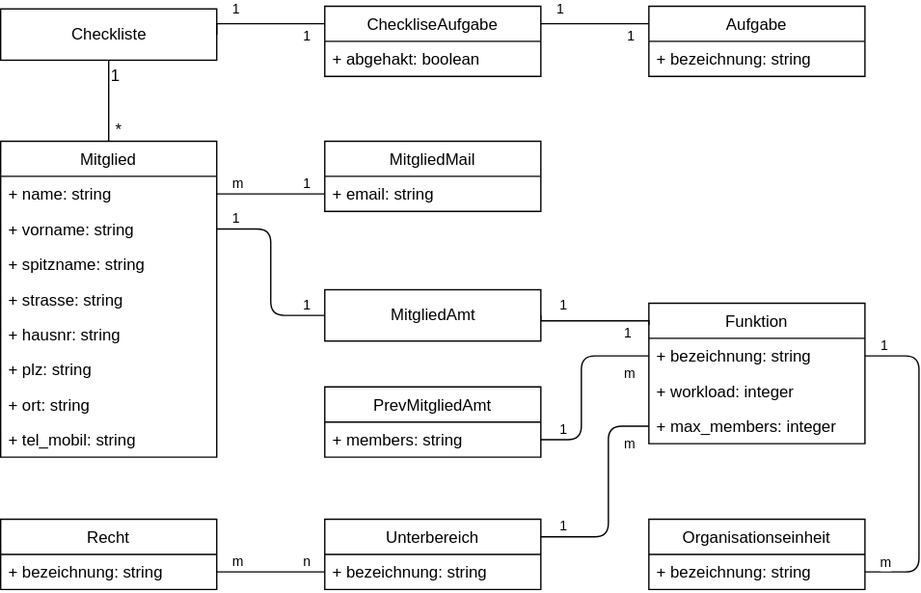
mribrgr/StuRa-Mitgliederdatenbank keeps this draw.io diagram as docs/anforderung/files/svg/diagramm_domain.svg. Above is the earlier version. Source tidied: cells renumbered, new cells last; positions are measured from the earlier drawing's top-left corner, leaving out a move shared by most shapes.
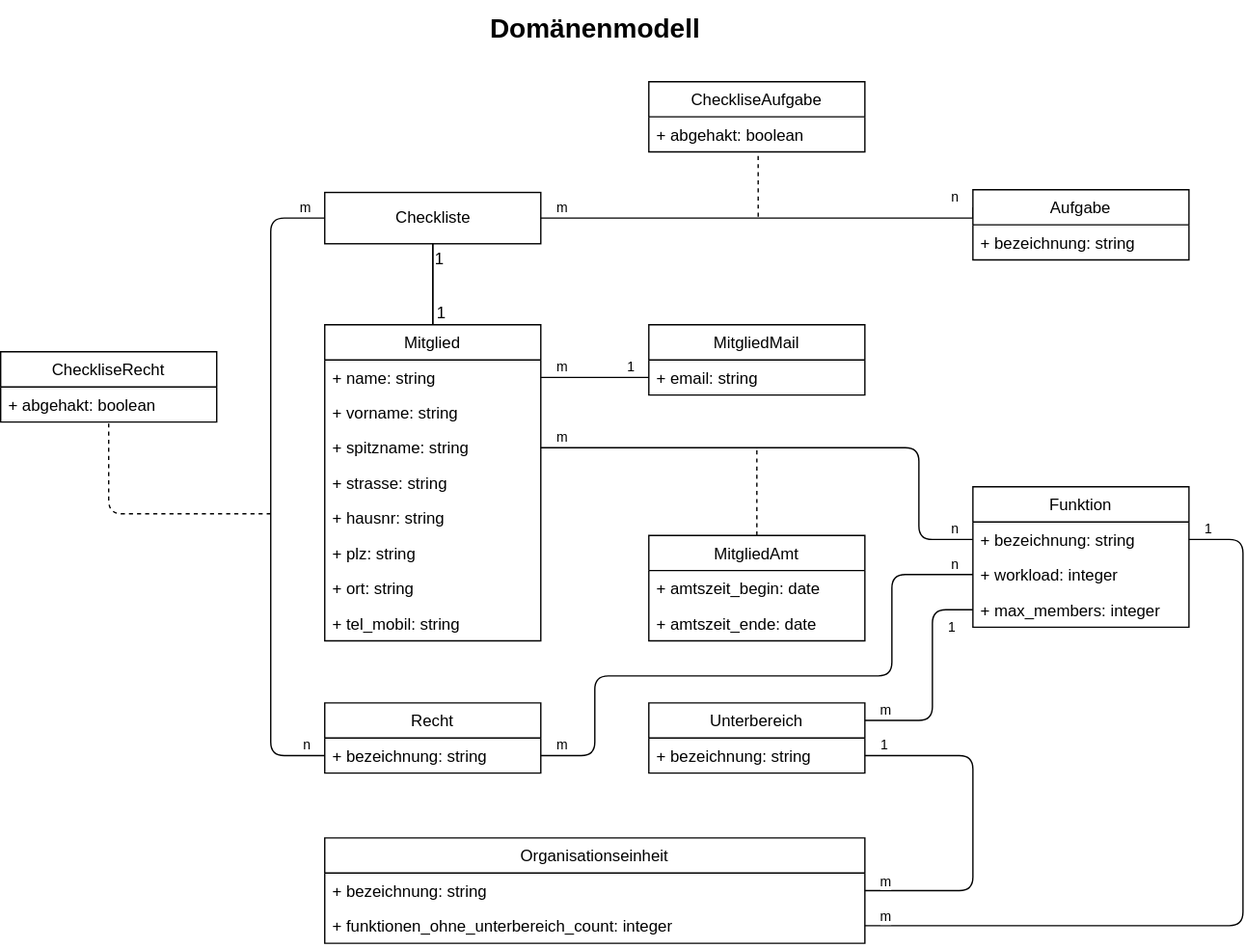
Above is the later version.

What changed in the source:
```diff
@@ -15,3 +15,3 @@
     </mxCell>
-    <mxCell id="5" value="*" style="html=1;align=right;verticalAlign=bottom;" parent="3" vertex="1">
+    <mxCell id="5" value="1" style="html=1;align=right;verticalAlign=bottom;" parent="3" vertex="1">
       <mxGeometry x="1" relative="1" as="geometry">
@@ -20,15 +20,3 @@
     </mxCell>
-    <mxCell id="6" value="CheckliseAufgabe" style="swimlane;fontStyle=0;horizontal=1;startSize=26;fillColor=none;" parent="1" vertex="1">
-      <mxGeometry x="240" width="160" height="52" as="geometry" />
-    </mxCell>
-    <mxCell id="7" value="+ abgehakt: boolean" style="text;strokeColor=none;fillColor=none;align=left;verticalAlign=top;spacingLeft=4;spacingRight=4;overflow=hidden;points=[[0,0.5],[1,0.5]];portConstraint=eastwest;" parent="6" vertex="1">
-      <mxGeometry y="26" width="160" height="26" as="geometry" />
-    </mxCell>
-    <mxCell id="8" value="Aufgabe" style="swimlane;fontStyle=0;horizontal=1;startSize=26;fillColor=none;" parent="1" vertex="1">
-      <mxGeometry x="480" width="160" height="52" as="geometry" />
-    </mxCell>
-    <mxCell id="9" value="+ bezeichnung: string" style="text;strokeColor=none;fillColor=none;align=left;verticalAlign=top;spacingLeft=4;spacingRight=4;overflow=hidden;" parent="8" vertex="1">
-      <mxGeometry y="26" width="160" height="26" as="geometry" />
-    </mxCell>
-    <mxCell id="10" style="endArrow=none;html=1;edgeStyle=orthogonalEdgeStyle;strokeColor=#000000;exitX=1;exitY=0.5;exitDx=0;exitDy=0;entryX=1;entryY=0.5;entryDx=0;entryDy=0;" parent="1" edge="1" source="50" target="54">
+    <mxCell id="10" style="endArrow=none;html=1;edgeStyle=orthogonalEdgeStyle;strokeColor=#000000;exitX=1;exitY=0.5;exitDx=0;exitDy=0;entryX=1;entryY=0.5;entryDx=0;entryDy=0;" parent="1" edge="1" source="50" target="77">
       <mxGeometry relative="1" as="geometry">
@@ -36,3 +24,3 @@
           <mxPoint x="680" y="259" />
-          <mxPoint x="680" y="419" />
+          <mxPoint x="680" y="545" />
         </Array>
@@ -58,3 +46,3 @@
     </mxCell>
-    <mxCell id="14" value="m" style="html=1;align=left;verticalAlign=bottom;labelBackgroundColor=#ffffff;fontSize=10;" parent="13" vertex="1">
+    <mxCell id="14" value="1" style="html=1;align=left;verticalAlign=bottom;labelBackgroundColor=#ffffff;fontSize=10;" parent="13" vertex="1">
       <mxGeometry x="-1" relative="1" as="geometry">
@@ -63,3 +51,3 @@
     </mxCell>
-    <mxCell id="15" value="1" style="html=1;align=right;verticalAlign=bottom;labelBackgroundColor=#ffffff;fontSize=10;" parent="13" vertex="1">
+    <mxCell id="15" value="m" style="html=1;align=right;verticalAlign=bottom;labelBackgroundColor=#ffffff;fontSize=10;" parent="13" vertex="1">
       <mxGeometry x="1" relative="1" as="geometry">
@@ -68,4 +56,11 @@
     </mxCell>
-    <mxCell id="16" style="endArrow=none;html=1;edgeStyle=orthogonalEdgeStyle;strokeColor=#000000;exitX=1;exitY=0.5;exitDx=0;exitDy=0;entryX=0;entryY=0.5;entryDx=0;entryDy=0;" parent="1" edge="1" source="46" target="48">
-      <mxGeometry relative="1" as="geometry" />
+    <mxCell id="16" style="endArrow=none;html=1;edgeStyle=orthogonalEdgeStyle;strokeColor=#000000;exitX=1;exitY=0.5;exitDx=0;exitDy=0;entryX=0;entryY=0.5;entryDx=0;entryDy=0;" parent="1" edge="1" source="46" target="51">
+      <mxGeometry relative="1" as="geometry">
+        <Array as="points">
+          <mxPoint x="200" y="419" />
+          <mxPoint x="200" y="360" />
+          <mxPoint x="420" y="360" />
+          <mxPoint x="420" y="285" />
+        </Array>
+      </mxGeometry>
     </mxCell>
@@ -81,37 +76,2 @@
     </mxCell>
-    <mxCell id="19" style="endArrow=none;html=1;edgeStyle=orthogonalEdgeStyle;strokeColor=#000000;exitX=1;exitY=0.5;exitDx=0;exitDy=0;entryX=0;entryY=0.25;entryDx=0;entryDy=0;rounded=0;" parent="1" edge="1" source="2" target="6">
-      <mxGeometry relative="1" as="geometry">
-        <Array as="points">
-          <mxPoint x="160" y="13" />
-        </Array>
-      </mxGeometry>
-    </mxCell>
-    <mxCell id="20" value="1" style="html=1;align=left;verticalAlign=bottom;labelBackgroundColor=#ffffff;fontSize=10;" parent="19" vertex="1">
-      <mxGeometry x="-1" relative="1" as="geometry">
-        <mxPoint x="10" y="-11" as="offset" />
-      </mxGeometry>
-    </mxCell>
-    <mxCell id="21" value="1" style="html=1;align=right;verticalAlign=bottom;labelBackgroundColor=#ffffff;fontSize=10;" parent="19" vertex="1">
-      <mxGeometry x="1" relative="1" as="geometry">
-        <mxPoint x="-10" y="17" as="offset" />
-      </mxGeometry>
-    </mxCell>
-    <mxCell id="22" style="endArrow=none;html=1;edgeStyle=orthogonalEdgeStyle;strokeColor=#000000;entryX=0;entryY=0.25;entryDx=0;entryDy=0;exitX=1;exitY=0.25;exitDx=0;exitDy=0;" parent="1" edge="1" source="6" target="8">
-      <mxGeometry relative="1" as="geometry">
-        <Array as="points">
-          <mxPoint x="460" y="13" />
-          <mxPoint x="460" y="13" />
-        </Array>
-      </mxGeometry>
-    </mxCell>
-    <mxCell id="23" value="1" style="html=1;align=left;verticalAlign=bottom;labelBackgroundColor=#ffffff;fontSize=10;" parent="22" vertex="1">
-      <mxGeometry x="-1" relative="1" as="geometry">
-        <mxPoint x="10" y="-3" as="offset" />
-      </mxGeometry>
-    </mxCell>
-    <mxCell id="24" value="1" style="html=1;align=right;verticalAlign=bottom;labelBackgroundColor=#ffffff;fontSize=10;" parent="22" vertex="1">
-      <mxGeometry x="1" relative="1" as="geometry">
-        <mxPoint x="-10" y="17" as="offset" />
-      </mxGeometry>
-    </mxCell>
     <mxCell id="25" style="endArrow=none;html=1;edgeStyle=orthogonalEdgeStyle;strokeColor=#000000;exitX=1;exitY=0.5;exitDx=0;exitDy=0;entryX=0;entryY=0.5;entryDx=0;entryDy=0;" parent="1" edge="1" source="35" target="44">
@@ -129,34 +89,101 @@
     </mxCell>
-    <mxCell id="28" style="endArrow=none;html=1;edgeStyle=orthogonalEdgeStyle;strokeColor=#000000;exitX=1;exitY=0.5;exitDx=0;exitDy=0;entryX=0;entryY=0.5;entryDx=0;entryDy=0;" parent="1" edge="1" source="36" target="60">
-      <mxGeometry relative="1" as="geometry" />
-    </mxCell>
-    <mxCell id="29" value="1" style="html=1;align=left;verticalAlign=bottom;labelBackgroundColor=#ffffff;fontSize=10;" parent="28" vertex="1">
-      <mxGeometry x="-1" relative="1" as="geometry">
-        <mxPoint x="10" as="offset" />
-      </mxGeometry>
-    </mxCell>
-    <mxCell id="30" value="1" style="html=1;align=right;verticalAlign=bottom;labelBackgroundColor=#ffffff;fontSize=10;" parent="28" vertex="1">
-      <mxGeometry x="1" relative="1" as="geometry">
-        <mxPoint x="-10" as="offset" />
-      </mxGeometry>
-    </mxCell>
-    <mxCell id="31" style="endArrow=none;html=1;edgeStyle=orthogonalEdgeStyle;strokeColor=#000000;entryX=1;entryY=0.5;entryDx=0;entryDy=0;rounded=0;exitX=0;exitY=0.154;exitDx=0;exitDy=0;exitPerimeter=0;" parent="1" edge="1" source="49" target="60">
-      <mxGeometry relative="1" as="geometry">
-        <Array as="points">
-          <mxPoint x="480" y="233" />
-          <mxPoint x="400" y="233" />
-        </Array>
-      </mxGeometry>
-    </mxCell>
-    <mxCell id="32" value="1" style="html=1;align=left;verticalAlign=bottom;labelBackgroundColor=#ffffff;fontSize=10;" parent="31" vertex="1">
-      <mxGeometry x="-1" relative="1" as="geometry">
-        <mxPoint x="-20" y="14" as="offset" />
-      </mxGeometry>
-    </mxCell>
-    <mxCell id="33" value="1" style="html=1;align=right;verticalAlign=bottom;labelBackgroundColor=#ffffff;fontSize=10;" parent="31" vertex="1">
-      <mxGeometry x="1" relative="1" as="geometry">
-        <mxPoint x="20" as="offset" />
-      </mxGeometry>
-    </mxCell>
+    <mxCell id="61" style="endArrow=none;html=1;edgeStyle=orthogonalEdgeStyle;strokeColor=#000000;exitX=1;exitY=0.5;exitDx=0;exitDy=0;entryX=1;entryY=0.5;entryDx=0;entryDy=0;" parent="1" edge="1" source="48" target="54">
+      <mxGeometry relative="1" as="geometry">
+        <Array as="points">
+          <mxPoint x="480" y="419" />
+          <mxPoint x="480" y="519" />
+        </Array>
+      </mxGeometry>
+    </mxCell>
+    <mxCell id="62" value="1" style="html=1;align=left;verticalAlign=bottom;labelBackgroundColor=#ffffff;fontSize=10;" parent="61" vertex="1">
+      <mxGeometry x="-1" relative="1" as="geometry">
+        <mxPoint x="10" as="offset" />
+      </mxGeometry>
+    </mxCell>
+    <mxCell id="63" value="m" style="html=1;align=right;verticalAlign=bottom;labelBackgroundColor=#ffffff;fontSize=10;" parent="61" vertex="1">
+      <mxGeometry x="1" relative="1" as="geometry">
+        <mxPoint x="20" y="1" as="offset" />
+      </mxGeometry>
+    </mxCell>
+    <mxCell id="64" style="edgeStyle=orthogonalEdgeStyle;rounded=0;jettySize=auto;html=1;endArrow=none;endFill=0;" parent="1" edge="1" source="34" target="2">
+      <mxGeometry relative="1" as="geometry" />
+    </mxCell>
+    <mxCell id="65" style="endArrow=none;html=1;edgeStyle=orthogonalEdgeStyle;strokeColor=#000000;exitX=1;exitY=0.5;exitDx=0;exitDy=0;entryX=0;entryY=0.25;entryDx=0;entryDy=0;rounded=0;" parent="1" edge="1" source="2" target="8">
+      <mxGeometry relative="1" as="geometry">
+        <Array as="points">
+          <mxPoint x="480" y="21" />
+        </Array>
+      </mxGeometry>
+    </mxCell>
+    <mxCell id="66" value="m" style="html=1;align=left;verticalAlign=bottom;labelBackgroundColor=#ffffff;fontSize=10;" parent="65" vertex="1">
+      <mxGeometry x="-1" relative="1" as="geometry">
+        <mxPoint x="10" as="offset" />
+      </mxGeometry>
+    </mxCell>
+    <mxCell id="67" value="n" style="html=1;align=right;verticalAlign=bottom;labelBackgroundColor=#ffffff;fontSize=10;" parent="65" vertex="1">
+      <mxGeometry x="1" relative="1" as="geometry">
+        <mxPoint x="-10" as="offset" />
+      </mxGeometry>
+    </mxCell>
+    <mxCell id="68" style="endArrow=none;dashed=1;html=1;entryX=0.506;entryY=1.077;entryDx=0;entryDy=0;entryPerimeter=0;" parent="1" edge="1" target="7">
+      <mxGeometry relative="1" as="geometry">
+        <mxPoint x="321" y="20" as="sourcePoint" />
+      </mxGeometry>
+    </mxCell>
+    <mxCell id="69" style="endArrow=none;dashed=1;html=1;entryX=0.5;entryY=1;entryDx=0;entryDy=0;entryPerimeter=0;" parent="1" edge="1" target="79">
+      <mxGeometry relative="1" as="geometry">
+        <mxPoint x="-40" y="240" as="sourcePoint" />
+        <Array as="points">
+          <mxPoint x="-160" y="240" />
+        </Array>
+      </mxGeometry>
+    </mxCell>
+    <mxCell id="70" style="endArrow=none;html=1;edgeStyle=orthogonalEdgeStyle;strokeColor=#000000;exitX=0;exitY=0.5;exitDx=0;exitDy=0;entryX=0;entryY=0.5;entryDx=0;entryDy=0;rounded=1;" parent="1" edge="1" source="2" target="46">
+      <mxGeometry relative="1" as="geometry">
+        <Array as="points">
+          <mxPoint x="-40" y="21" />
+          <mxPoint x="-40" y="419" />
+        </Array>
+      </mxGeometry>
+    </mxCell>
+    <mxCell id="71" value="m" style="html=1;align=left;verticalAlign=bottom;labelBackgroundColor=#ffffff;fontSize=10;" parent="70" vertex="1">
+      <mxGeometry x="-1" relative="1" as="geometry">
+        <mxPoint x="-20" as="offset" />
+      </mxGeometry>
+    </mxCell>
+    <mxCell id="72" value="n" style="html=1;align=right;verticalAlign=bottom;labelBackgroundColor=#ffffff;fontSize=10;" parent="70" vertex="1">
+      <mxGeometry x="1" relative="1" as="geometry">
+        <mxPoint x="-10" as="offset" />
+      </mxGeometry>
+    </mxCell>
+    <mxCell id="73" style="endArrow=none;html=1;edgeStyle=orthogonalEdgeStyle;strokeColor=#000000;exitX=1;exitY=0.5;exitDx=0;exitDy=0;entryX=0;entryY=0.5;entryDx=0;entryDy=0;rounded=1;" parent="1" edge="1" source="37" target="50">
+      <mxGeometry relative="1" as="geometry">
+        <Array as="points">
+          <mxPoint x="440" y="191" />
+          <mxPoint x="440" y="259" />
+        </Array>
+      </mxGeometry>
+    </mxCell>
+    <mxCell id="74" value="m" style="html=1;align=left;verticalAlign=bottom;labelBackgroundColor=#ffffff;fontSize=10;" parent="73" vertex="1">
+      <mxGeometry x="-1" relative="1" as="geometry">
+        <mxPoint x="10" as="offset" />
+      </mxGeometry>
+    </mxCell>
+    <mxCell id="75" value="n" style="html=1;align=right;verticalAlign=bottom;labelBackgroundColor=#ffffff;fontSize=10;" parent="73" vertex="1">
+      <mxGeometry x="1" relative="1" as="geometry">
+        <mxPoint x="-10" as="offset" />
+      </mxGeometry>
+    </mxCell>
+    <mxCell id="76" style="endArrow=none;dashed=1;html=1;exitX=0.5;exitY=0;exitDx=0;exitDy=0;" parent="1" edge="1" source="55">
+      <mxGeometry relative="1" as="geometry">
+        <mxPoint x="320" y="190" as="targetPoint" />
+      </mxGeometry>
+    </mxCell>
+    <mxCell id="8" value="Aufgabe" style="swimlane;fontStyle=0;horizontal=1;startSize=26;" parent="1" vertex="1">
+      <mxGeometry x="480" width="160" height="52" as="geometry" />
+    </mxCell>
+    <mxCell id="9" value="+ bezeichnung: string" style="text;strokeColor=none;fillColor=none;align=left;verticalAlign=top;spacingLeft=4;spacingRight=4;overflow=hidden;" parent="8" vertex="1">
+      <mxGeometry y="26" width="160" height="26" as="geometry" />
+    </mxCell>
-    <mxCell id="34" value="Mitglied" style="swimlane;fontStyle=0;horizontal=1;startSize=26;fillColor=none;" parent="1" vertex="1">
+    <mxCell id="34" value="Mitglied" style="swimlane;fontStyle=0;horizontal=1;startSize=26;" parent="1" vertex="1">
       <mxGeometry y="100" width="160" height="234" as="geometry" />
@@ -187,3 +214,3 @@
     </mxCell>
-    <mxCell id="43" value="MitgliedMail" style="swimlane;fontStyle=0;horizontal=1;startSize=26;fillColor=none;" parent="1" vertex="1">
+    <mxCell id="43" value="MitgliedMail" style="swimlane;fontStyle=0;horizontal=1;startSize=26;" parent="1" vertex="1">
       <mxGeometry x="240" y="100" width="160" height="52" as="geometry" />
@@ -193,3 +220,3 @@
     </mxCell>
-    <mxCell id="45" value="Recht" style="swimlane;fontStyle=0;horizontal=1;startSize=26;fillColor=none;" parent="1" vertex="1">
+    <mxCell id="45" value="Recht" style="swimlane;fontStyle=0;horizontal=1;startSize=26;" parent="1" vertex="1">
       <mxGeometry y="380" width="160" height="52" as="geometry" />
@@ -199,3 +226,3 @@
     </mxCell>
-    <mxCell id="47" value="Unterbereich" style="swimlane;fontStyle=0;horizontal=1;startSize=26;fillColor=none;" parent="1" vertex="1">
+    <mxCell id="47" value="Unterbereich" style="swimlane;fontStyle=0;horizontal=1;startSize=26;" parent="1" vertex="1">
       <mxGeometry x="240" y="380" width="160" height="52" as="geometry" />
@@ -205,3 +232,3 @@
     </mxCell>
-    <mxCell id="49" value="Funktion" style="swimlane;fontStyle=0;horizontal=1;startSize=26;fillColor=none;" parent="1" vertex="1">
+    <mxCell id="49" value="Funktion" style="swimlane;fontStyle=0;horizontal=1;startSize=26;" parent="1" vertex="1">
       <mxGeometry x="480" y="220" width="160" height="104" as="geometry" />
@@ -214,38 +241,38 @@
     </mxCell>
-    <mxCell id="52" value="+ max_members: integer" style="text;strokeColor=none;fillColor=none;align=left;verticalAlign=top;spacingLeft=4;spacingRight=4;overflow=hidden;points=[[0,0.5],[1,0.5]];portConstraint=eastwest;" parent="49" vertex="1">
+    <mxCell id="52" value="+ max_members: integer" style="text;align=left;verticalAlign=top;spacingLeft=4;spacingRight=4;overflow=hidden;points=[[0,0.5],[1,0.5]];portConstraint=eastwest;" parent="49" vertex="1">
       <mxGeometry y="78" width="160" height="26" as="geometry" />
     </mxCell>
-    <mxCell id="53" value="Organisationseinheit" style="swimlane;fontStyle=0;horizontal=1;startSize=26;fillColor=none;" parent="1" vertex="1">
-      <mxGeometry x="480" y="380" width="160" height="52" as="geometry" />
+    <mxCell id="53" value="Organisationseinheit" style="swimlane;fontStyle=0;horizontal=1;startSize=26;" parent="1" vertex="1">
+      <mxGeometry y="480" width="400" height="78" as="geometry" />
     </mxCell>
     <mxCell id="54" value="+ bezeichnung: string" style="text;strokeColor=none;fillColor=none;align=left;verticalAlign=top;spacingLeft=4;spacingRight=4;overflow=hidden;points=[[0,0.5],[1,0.5]];portConstraint=eastwest;" parent="53" vertex="1">
-      <mxGeometry y="26" width="160" height="26" as="geometry" />
+      <mxGeometry y="26" width="400" height="26" as="geometry" />
     </mxCell>
+    <mxCell id="77" value="+ funktionen_ohne_unterbereich_count: integer" style="text;strokeColor=none;fillColor=none;align=left;verticalAlign=top;spacingLeft=4;spacingRight=4;overflow=hidden;points=[[0,0.5],[1,0.5]];portConstraint=eastwest;" parent="53" vertex="1">
+      <mxGeometry y="52" width="400" height="26" as="geometry" />
+    </mxCell>
+    <mxCell id="6" value="CheckliseAufgabe" style="swimlane;fontStyle=0;horizontal=1;startSize=26;" parent="1" vertex="1">
+      <mxGeometry x="240" y="-80" width="160" height="52" as="geometry" />
+    </mxCell>
+    <mxCell id="7" value="+ abgehakt: boolean" style="text;strokeColor=none;fillColor=none;align=left;verticalAlign=top;spacingLeft=4;spacingRight=4;overflow=hidden;points=[[0,0.5],[1,0.5]];portConstraint=eastwest;" parent="6" vertex="1">
+      <mxGeometry y="26" width="160" height="26" as="geometry" />
+    </mxCell>
+    <mxCell id="78" value="CheckliseRecht" style="swimlane;fontStyle=0;horizontal=1;startSize=26;fillColor=#FFFFFF;" parent="1" vertex="1">
+      <mxGeometry x="-240" y="120" width="160" height="52" as="geometry" />
+    </mxCell>
+    <mxCell id="79" value="+ abgehakt: boolean" style="text;strokeColor=none;fillColor=none;align=left;verticalAlign=top;spacingLeft=4;spacingRight=4;overflow=hidden;points=[[0,0.5],[1,0.5]];portConstraint=eastwest;" parent="78" vertex="1">
+      <mxGeometry y="26" width="160" height="26" as="geometry" />
+    </mxCell>
-    <mxCell id="55" value="PrevMitgliedAmt" style="swimlane;fontStyle=0;horizontal=1;startSize=26;fillColor=none;" parent="1" vertex="1">
-      <mxGeometry x="240" y="282" width="160" height="52" as="geometry" />
+    <mxCell id="55" value="MitgliedAmt" style="swimlane;fontStyle=0;horizontal=1;startSize=26;" parent="1" vertex="1">
+      <mxGeometry x="240" y="256" width="160" height="78" as="geometry" />
     </mxCell>
-    <mxCell id="56" value="+ members: string" style="text;strokeColor=none;fillColor=none;align=left;verticalAlign=top;spacingLeft=4;spacingRight=4;overflow=hidden;points=[[0,0.5],[1,0.5]];portConstraint=eastwest;" parent="55" vertex="1">
+    <mxCell id="56" value="+ amtszeit_begin: date" style="text;strokeColor=none;fillColor=none;align=left;verticalAlign=top;spacingLeft=4;spacingRight=4;overflow=hidden;points=[[0,0.5],[1,0.5]];portConstraint=eastwest;" parent="55" vertex="1">
       <mxGeometry y="26" width="160" height="26" as="geometry" />
     </mxCell>
-    <mxCell id="57" style="endArrow=none;html=1;edgeStyle=orthogonalEdgeStyle;strokeColor=#000000;exitX=0;exitY=0.5;exitDx=0;exitDy=0;entryX=1;entryY=0.5;entryDx=0;entryDy=0;" parent="1" edge="1" source="50" target="56">
-      <mxGeometry relative="1" as="geometry">
-        <Array as="points">
-          <mxPoint x="430" y="259" />
-          <mxPoint x="430" y="321" />
-        </Array>
-      </mxGeometry>
-    </mxCell>
-    <mxCell id="58" value="m" style="html=1;align=left;verticalAlign=bottom;labelBackgroundColor=#ffffff;fontSize=10;" parent="57" vertex="1">
-      <mxGeometry x="-1" relative="1" as="geometry">
-        <mxPoint x="-20" y="21" as="offset" />
-      </mxGeometry>
-    </mxCell>
-    <mxCell id="59" value="1" style="html=1;align=right;verticalAlign=bottom;labelBackgroundColor=#ffffff;fontSize=10;" parent="57" vertex="1">
-      <mxGeometry x="1" relative="1" as="geometry">
-        <mxPoint x="20" as="offset" />
-      </mxGeometry>
-    </mxCell>
-    <mxCell id="60" value="MitgliedAmt" style="html=1;" parent="1" vertex="1">
-      <mxGeometry x="240" y="210" width="160" height="38" as="geometry" />
-    </mxCell>
+    <mxCell id="80" value="+ amtszeit_ende: date" style="text;strokeColor=none;fillColor=none;align=left;verticalAlign=top;spacingLeft=4;spacingRight=4;overflow=hidden;" parent="55" vertex="1">
+      <mxGeometry y="52" width="160" height="26" as="geometry" />
+    </mxCell>
+    <mxCell id="81" value="&lt;font style=&quot;font-size: 20px&quot;&gt;Domänenmodell&lt;/font&gt;" style="text;strokeColor=none;fillColor=none;html=1;fontSize=24;fontStyle=1;verticalAlign=middle;align=center;" parent="1" vertex="1">
+      <mxGeometry x="150" y="-140" width="100" height="40" as="geometry" />
+    </mxCell>
   </root>
```
